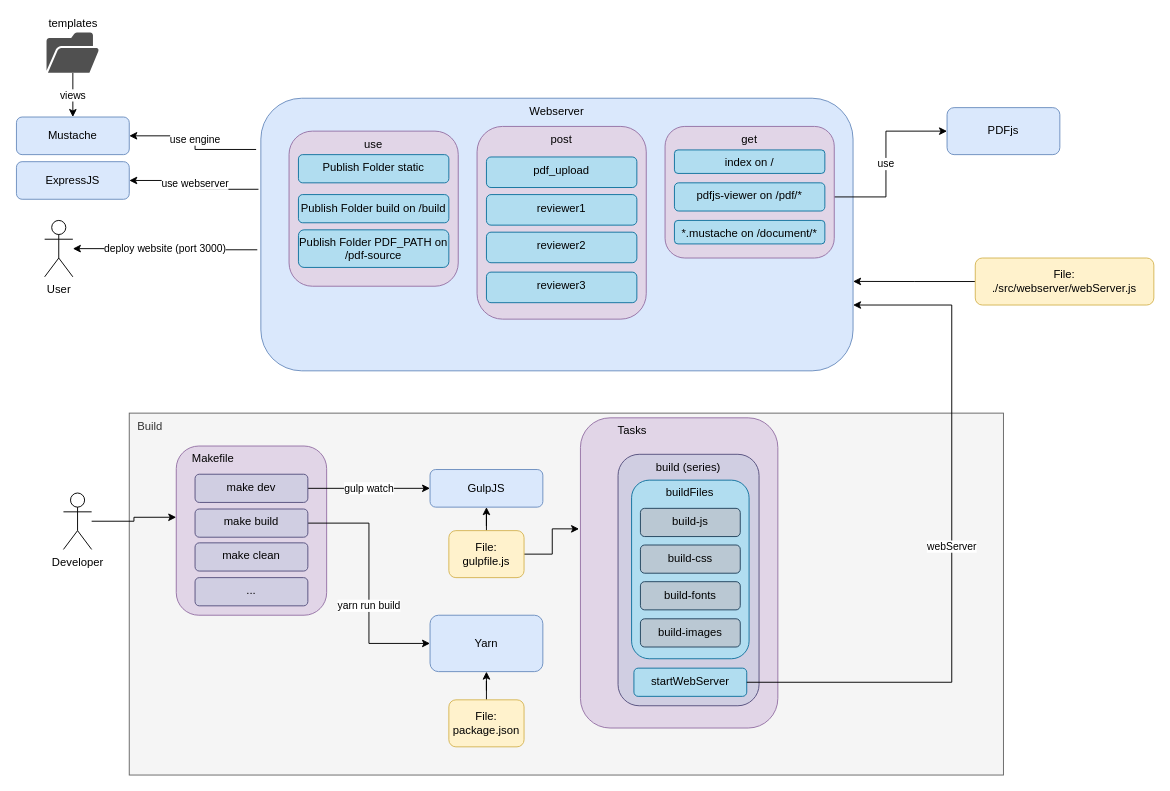
Before: page "Content Server" (1 of 3) of content-server/docs/architecture.drawio in UKPLab/CARE, a draw.io diagram. Source tidied: cells renumbered, new cells numbered last; positions are measured from the earlier drawing's top-left corner, leaving out a move shared by most shapes. Both pictures are drawn from the tidied source at 94%, with x=0, y=0 at pixel (16, 32).
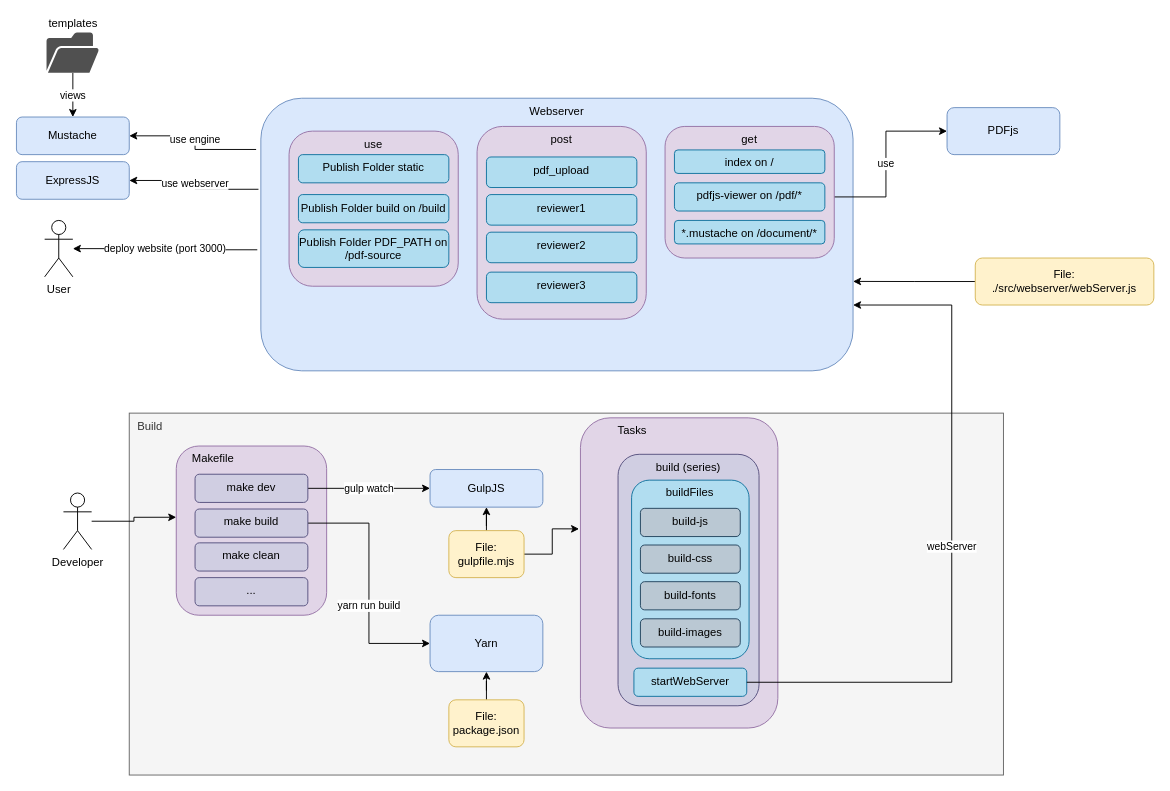
Above is the later version.

What changed in the source:
```diff
@@
-    <mxCell id="24" value="File:&lt;br&gt;gulpfile.js" style="whiteSpace=wrap;html=1;rounded=1;align=center;verticalAlign=middle;fillColor=#fff2cc;strokeColor=#d6b656;" parent="1" vertex="1">
+    <mxCell id="24" value="File:&lt;br&gt;gulpfile.mjs" style="whiteSpace=wrap;html=1;rounded=1;align=center;verticalAlign=middle;fillColor=#fff2cc;strokeColor=#d6b656;" parent="1" vertex="1">
       <mxGeometry x="460" y="530" width="80" height="50" as="geometry" />
     </mxCell>
```
